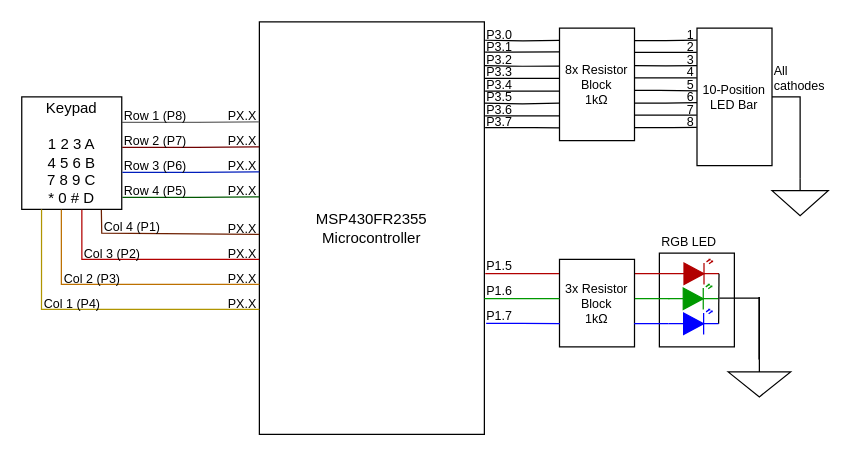
Above: CircuitDiagram03-gabby-iker.drawio in msu-eele-465/project3-gabby-iker (draw.io), before the change. Source tidied: cells renumbered, new cells numbered last; positions are measured from the earlier drawing's top-left corner, leaving out a move shared by most shapes. Both pictures are drawn from the tidied source at 125%, with x=0, y=0 at pixel (21, 21).
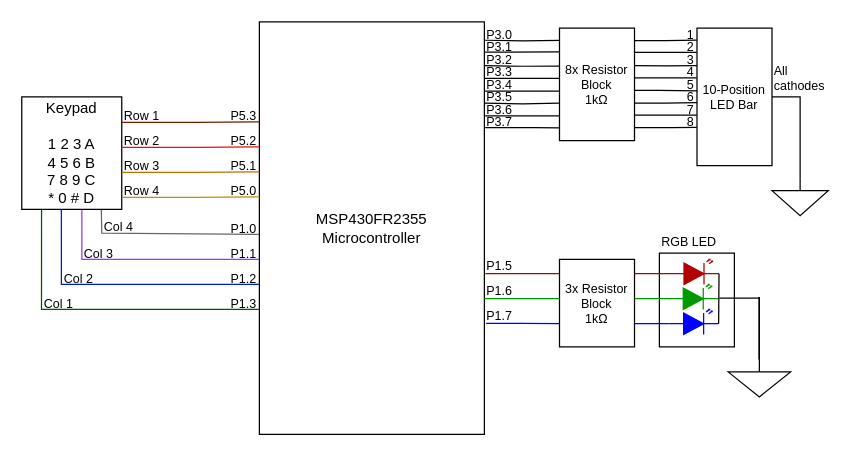
The same diagram, later.

Commit message:
Completed circuit diagram

The change refers to these unchanged cells:
```xml
<mxCell id="63" value="Keypad&lt;br&gt;&lt;br&gt;1 2 3 A&lt;br&gt;4 5 6 B&lt;br&gt;7 8 9 C&lt;br&gt;* 0 # D" style="rounded=0;whiteSpace=wrap;html=1;" parent="1" vertex="1">
  <mxGeometry x="-0.1" y="60" width="80" height="90" as="geometry" />
</mxCell>
```

Change to the diagram source:
```diff
@@
-    <mxCell id="62" style="edgeStyle=orthogonalEdgeStyle;rounded=0;jettySize=auto;html=1;exitX=1.005;exitY=0.403;exitDx=0;exitDy=0;entryX=1;entryY=1;entryDx=0;entryDy=0;endArrow=none;endFill=0;exitPerimeter=0;fillColor=#f5f5f5;strokeColor=#666666;" parent="1" edge="1" target="71">
+    <mxCell id="62" style="edgeStyle=orthogonalEdgeStyle;rounded=0;jettySize=auto;html=1;exitX=1.005;exitY=0.403;exitDx=0;exitDy=0;entryX=1;entryY=1;entryDx=0;entryDy=0;endArrow=none;endFill=0;exitPerimeter=0;fillColor=#f5f5f5;strokeColor=#6D1F00;" parent="1" edge="1" target="71">
       <mxGeometry relative="1" as="geometry">
         <mxPoint x="80.3" y="80.3" as="sourcePoint" />
         <Array as="points">
           <mxPoint x="139.9" y="80" />
           <mxPoint x="139.9" y="80" />
         </Array>
       </mxGeometry>
     </mxCell>
@@
-    <mxCell id="64" value="Row 1 (P8)" style="text;html=1;strokeColor=none;fillColor=none;align=left;verticalAlign=middle;whiteSpace=wrap;rounded=0;fontSize=10;" parent="1" vertex="1">
+    <mxCell id="64" value="Row 1" style="text;html=1;strokeColor=none;fillColor=none;align=left;verticalAlign=middle;whiteSpace=wrap;rounded=0;fontSize=10;" parent="1" vertex="1">
       <mxGeometry x="79.9" y="70" width="60" height="10" as="geometry" />
     </mxCell>
-    <mxCell id="65" style="edgeStyle=orthogonalEdgeStyle;rounded=0;jettySize=auto;html=1;exitX=1.005;exitY=0.403;exitDx=0;exitDy=0;entryX=1;entryY=1;entryDx=0;entryDy=0;endArrow=none;endFill=0;exitPerimeter=0;fillColor=#a20025;strokeColor=#6F0000;" parent="1" edge="1" target="72">
+    <mxCell id="65" style="edgeStyle=orthogonalEdgeStyle;rounded=0;jettySize=auto;html=1;exitX=1.005;exitY=0.403;exitDx=0;exitDy=0;entryX=1;entryY=1;entryDx=0;entryDy=0;endArrow=none;endFill=0;exitPerimeter=0;fillColor=#a20025;strokeColor=#E51400;" parent="1" edge="1" target="72">
       <mxGeometry relative="1" as="geometry">
         <mxPoint x="80.3" y="100.3" as="sourcePoint" />
         <Array as="points">
           <mxPoint x="139.9" y="100" />
           <mxPoint x="139.9" y="100" />
         </Array>
       </mxGeometry>
     </mxCell>
-    <mxCell id="66" value="Row 2 (P7)" style="text;html=1;strokeColor=none;fillColor=none;align=left;verticalAlign=middle;whiteSpace=wrap;rounded=0;fontSize=10;" parent="1" vertex="1">
+    <mxCell id="66" value="Row 2" style="text;html=1;strokeColor=none;fillColor=none;align=left;verticalAlign=middle;whiteSpace=wrap;rounded=0;fontSize=10;" parent="1" vertex="1">
       <mxGeometry x="79.9" y="90" width="60" height="10" as="geometry" />
     </mxCell>
-    <mxCell id="67" style="edgeStyle=orthogonalEdgeStyle;rounded=0;jettySize=auto;html=1;exitX=1.005;exitY=0.403;exitDx=0;exitDy=0;entryX=1;entryY=1;entryDx=0;entryDy=0;endArrow=none;endFill=0;exitPerimeter=0;fillColor=#0050ef;strokeColor=#001DBC;" parent="1" edge="1" target="73">
+    <mxCell id="67" style="edgeStyle=orthogonalEdgeStyle;rounded=0;jettySize=auto;html=1;exitX=1.005;exitY=0.403;exitDx=0;exitDy=0;entryX=1;entryY=1;entryDx=0;entryDy=0;endArrow=none;endFill=0;exitPerimeter=0;fillColor=#0050ef;strokeColor=#BD7000;" parent="1" edge="1" target="73">
       <mxGeometry relative="1" as="geometry">
         <mxPoint x="80.4" y="120.3" as="sourcePoint" />
         <Array as="points">
           <mxPoint x="139.9" y="120" />
           <mxPoint x="139.9" y="120" />
         </Array>
       </mxGeometry>
     </mxCell>
-    <mxCell id="68" value="Row 3 (P6)" style="text;html=1;strokeColor=none;fillColor=none;align=left;verticalAlign=middle;whiteSpace=wrap;rounded=0;fontSize=10;" parent="1" vertex="1">
+    <mxCell id="68" value="Row 3" style="text;html=1;strokeColor=none;fillColor=none;align=left;verticalAlign=middle;whiteSpace=wrap;rounded=0;fontSize=10;" parent="1" vertex="1">
       <mxGeometry x="80" y="110" width="59.9" height="10" as="geometry" />
     </mxCell>
-    <mxCell id="69" style="edgeStyle=orthogonalEdgeStyle;rounded=0;jettySize=auto;html=1;exitX=1.005;exitY=0.403;exitDx=0;exitDy=0;entryX=1;entryY=1;entryDx=0;entryDy=0;endArrow=none;endFill=0;exitPerimeter=0;fillColor=#008a00;strokeColor=#005700;" parent="1" edge="1" target="74">
+    <mxCell id="69" style="edgeStyle=orthogonalEdgeStyle;rounded=0;jettySize=auto;html=1;exitX=1.005;exitY=0.403;exitDx=0;exitDy=0;entryX=1;entryY=1;entryDx=0;entryDy=0;endArrow=none;endFill=0;exitPerimeter=0;fillColor=#008a00;strokeColor=#B09500;" parent="1" edge="1" target="74">
       <mxGeometry relative="1" as="geometry">
         <mxPoint x="80.4" y="140.3" as="sourcePoint" />
         <Array as="points">
           <mxPoint x="139.9" y="140" />
           <mxPoint x="139.9" y="140" />
         </Array>
       </mxGeometry>
     </mxCell>
-    <mxCell id="70" value="Row 4 (P5)" style="text;html=1;strokeColor=none;fillColor=none;align=left;verticalAlign=middle;whiteSpace=wrap;rounded=0;fontSize=10;" parent="1" vertex="1">
+    <mxCell id="70" value="Row 4" style="text;html=1;strokeColor=none;fillColor=none;align=left;verticalAlign=middle;whiteSpace=wrap;rounded=0;fontSize=10;" parent="1" vertex="1">
       <mxGeometry x="80" y="130" width="59.9" height="10" as="geometry" />
     </mxCell>
-    <mxCell id="71" value="PX.X" style="text;html=1;strokeColor=none;fillColor=none;align=right;verticalAlign=middle;whiteSpace=wrap;rounded=0;fontSize=10;" parent="1" vertex="1">
+    <mxCell id="71" value="P5.3" style="text;html=1;strokeColor=none;fillColor=none;align=right;verticalAlign=middle;whiteSpace=wrap;rounded=0;fontSize=10;" parent="1" vertex="1">
       <mxGeometry x="159.9" y="70" width="30" height="10" as="geometry" />
     </mxCell>
-    <mxCell id="72" value="PX.X" style="text;html=1;strokeColor=none;fillColor=none;align=right;verticalAlign=middle;whiteSpace=wrap;rounded=0;fontSize=10;" parent="1" vertex="1">
+    <mxCell id="72" value="P5.2" style="text;html=1;strokeColor=none;fillColor=none;align=right;verticalAlign=middle;whiteSpace=wrap;rounded=0;fontSize=10;" parent="1" vertex="1">
       <mxGeometry x="159.9" y="90" width="30" height="10" as="geometry" />
     </mxCell>
-    <mxCell id="73" value="PX.X" style="text;html=1;strokeColor=none;fillColor=none;align=right;verticalAlign=middle;whiteSpace=wrap;rounded=0;fontSize=10;" parent="1" vertex="1">
+    <mxCell id="73" value="P5.1" style="text;html=1;strokeColor=none;fillColor=none;align=right;verticalAlign=middle;whiteSpace=wrap;rounded=0;fontSize=10;" parent="1" vertex="1">
       <mxGeometry x="159.9" y="110" width="30.1" height="10" as="geometry" />
     </mxCell>
-    <mxCell id="74" value="PX.X" style="text;html=1;strokeColor=none;fillColor=none;align=right;verticalAlign=middle;whiteSpace=wrap;rounded=0;fontSize=10;" parent="1" vertex="1">
+    <mxCell id="74" value="P5.0" style="text;html=1;strokeColor=none;fillColor=none;align=right;verticalAlign=middle;whiteSpace=wrap;rounded=0;fontSize=10;" parent="1" vertex="1">
       <mxGeometry x="159.9" y="130" width="30.1" height="10" as="geometry" />
     </mxCell>
-    <mxCell id="75" style="edgeStyle=orthogonalEdgeStyle;rounded=0;jettySize=auto;html=1;exitX=0.198;exitY=1;exitDx=0;exitDy=0;endArrow=none;endFill=0;exitPerimeter=0;fillColor=#e3c800;strokeColor=#B09500;entryX=1;entryY=1;entryDx=0;entryDy=0;" parent="1" edge="1" source="63" target="82">
+    <mxCell id="75" style="edgeStyle=orthogonalEdgeStyle;rounded=0;jettySize=auto;html=1;exitX=0.198;exitY=1;exitDx=0;exitDy=0;endArrow=none;endFill=0;exitPerimeter=0;fillColor=#e3c800;strokeColor=#005700;entryX=1;entryY=1;entryDx=0;entryDy=0;" parent="1" edge="1" source="63" target="82">
       <mxGeometry relative="1" as="geometry">
         <Array as="points">
           <mxPoint x="15.9" y="230" />
         </Array>
       </mxGeometry>
     </mxCell>
-    <mxCell id="76" style="edgeStyle=orthogonalEdgeStyle;rounded=0;jettySize=auto;html=1;endArrow=none;endFill=0;exitX=0.796;exitY=1.006;exitDx=0;exitDy=0;exitPerimeter=0;fillColor=#a0522d;strokeColor=#6D1F00;entryX=1;entryY=1;entryDx=0;entryDy=0;" parent="1" edge="1" source="63" target="79">
+    <mxCell id="76" style="edgeStyle=orthogonalEdgeStyle;rounded=0;jettySize=auto;html=1;endArrow=none;endFill=0;exitX=0.796;exitY=1.006;exitDx=0;exitDy=0;exitPerimeter=0;fillColor=#a0522d;strokeColor=#666666;entryX=1;entryY=1;entryDx=0;entryDy=0;" parent="1" edge="1" source="63" target="79">
       <mxGeometry relative="1" as="geometry">
         <Array as="points">
           <mxPoint x="63.9" y="151" />
           <mxPoint x="63.9" y="169" />
           <mxPoint x="169.9" y="169" />
         </Array>
       </mxGeometry>
     </mxCell>
-    <mxCell id="77" style="edgeStyle=orthogonalEdgeStyle;rounded=0;jettySize=auto;html=1;endArrow=none;endFill=0;exitX=0.396;exitY=1.003;exitDx=0;exitDy=0;exitPerimeter=0;entryX=1;entryY=1;entryDx=0;entryDy=0;fillColor=#f0a30a;strokeColor=#BD7000;" parent="1" edge="1" source="63" target="81">
+    <mxCell id="77" style="edgeStyle=orthogonalEdgeStyle;rounded=0;jettySize=auto;html=1;endArrow=none;endFill=0;exitX=0.396;exitY=1.003;exitDx=0;exitDy=0;exitPerimeter=0;entryX=1;entryY=1;entryDx=0;entryDy=0;fillColor=#f0a30a;strokeColor=#001DBC;" parent="1" edge="1" source="63" target="81">
       <mxGeometry relative="1" as="geometry">
         <Array as="points">
           <mxPoint x="31.9" y="210" />
         </Array>
       </mxGeometry>
     </mxCell>
-    <mxCell id="78" style="edgeStyle=orthogonalEdgeStyle;rounded=0;jettySize=auto;html=1;endArrow=none;endFill=0;exitX=0.601;exitY=1.003;exitDx=0;exitDy=0;exitPerimeter=0;entryX=1;entryY=1;entryDx=0;entryDy=0;fillColor=#e51400;strokeColor=#B20000;" parent="1" edge="1" source="63" target="80">
+    <mxCell id="78" style="edgeStyle=orthogonalEdgeStyle;rounded=0;jettySize=auto;html=1;endArrow=none;endFill=0;exitX=0.601;exitY=1.003;exitDx=0;exitDy=0;exitPerimeter=0;entryX=1;entryY=1;entryDx=0;entryDy=0;fillColor=#e51400;strokeColor=#9933FF;" parent="1" edge="1" source="63" target="80">
       <mxGeometry relative="1" as="geometry">
         <Array as="points">
           <mxPoint x="47.9" y="190" />
         </Array>
       </mxGeometry>
     </mxCell>
-    <mxCell id="79" value="PX.X" style="text;html=1;strokeColor=none;fillColor=none;align=right;verticalAlign=middle;whiteSpace=wrap;rounded=0;fontSize=10;" parent="1" vertex="1">
+    <mxCell id="79" value="P1.0" style="text;html=1;strokeColor=none;fillColor=none;align=right;verticalAlign=middle;whiteSpace=wrap;rounded=0;fontSize=10;" parent="1" vertex="1">
       <mxGeometry x="159.9" y="160" width="30" height="10" as="geometry" />
     </mxCell>
-    <mxCell id="80" value="PX.X" style="text;html=1;strokeColor=none;fillColor=none;align=right;verticalAlign=middle;whiteSpace=wrap;rounded=0;fontSize=10;" parent="1" vertex="1">
+    <mxCell id="80" value="P1.1" style="text;html=1;strokeColor=none;fillColor=none;align=right;verticalAlign=middle;whiteSpace=wrap;rounded=0;fontSize=10;" parent="1" vertex="1">
       <mxGeometry x="159.9" y="180" width="30" height="10" as="geometry" />
     </mxCell>
-    <mxCell id="81" value="PX.X" style="text;html=1;strokeColor=none;fillColor=none;align=right;verticalAlign=middle;whiteSpace=wrap;rounded=0;fontSize=10;" parent="1" vertex="1">
+    <mxCell id="81" value="P1.2" style="text;html=1;strokeColor=none;fillColor=none;align=right;verticalAlign=middle;whiteSpace=wrap;rounded=0;fontSize=10;" parent="1" vertex="1">
       <mxGeometry x="159.9" y="200" width="30.1" height="10" as="geometry" />
     </mxCell>
-    <mxCell id="82" value="PX.X" style="text;html=1;strokeColor=none;fillColor=none;align=right;verticalAlign=middle;whiteSpace=wrap;rounded=0;fontSize=10;" parent="1" vertex="1">
+    <mxCell id="82" value="P1.3" style="text;html=1;strokeColor=none;fillColor=none;align=right;verticalAlign=middle;whiteSpace=wrap;rounded=0;fontSize=10;" parent="1" vertex="1">
       <mxGeometry x="159.9" y="220" width="30.1" height="10" as="geometry" />
     </mxCell>
-    <mxCell id="83" value="Col 4 (P1)" style="text;html=1;strokeColor=none;fillColor=none;align=left;verticalAlign=middle;whiteSpace=wrap;rounded=0;fontSize=10;" parent="1" vertex="1">
+    <mxCell id="83" value="Col 4" style="text;html=1;strokeColor=none;fillColor=none;align=left;verticalAlign=middle;whiteSpace=wrap;rounded=0;fontSize=10;" parent="1" vertex="1">
       <mxGeometry x="63.9" y="159" width="59.9" height="10" as="geometry" />
     </mxCell>
-    <mxCell id="84" value="Col 3 (P2)" style="text;html=1;strokeColor=none;fillColor=none;align=left;verticalAlign=middle;whiteSpace=wrap;rounded=0;fontSize=10;" parent="1" vertex="1">
+    <mxCell id="84" value="Col 3" style="text;html=1;strokeColor=none;fillColor=none;align=left;verticalAlign=middle;whiteSpace=wrap;rounded=0;fontSize=10;" parent="1" vertex="1">
       <mxGeometry x="47.9" y="180" width="59.9" height="10" as="geometry" />
     </mxCell>
-    <mxCell id="85" value="Col 2 (P3)" style="text;html=1;strokeColor=none;fillColor=none;align=left;verticalAlign=middle;whiteSpace=wrap;rounded=0;fontSize=10;" parent="1" vertex="1">
+    <mxCell id="85" value="Col 2" style="text;html=1;strokeColor=none;fillColor=none;align=left;verticalAlign=middle;whiteSpace=wrap;rounded=0;fontSize=10;" parent="1" vertex="1">
       <mxGeometry x="31.9" y="200" width="59.9" height="10" as="geometry" />
     </mxCell>
-    <mxCell id="86" value="Col 1 (P4)" style="text;html=1;strokeColor=none;fillColor=none;align=left;verticalAlign=middle;whiteSpace=wrap;rounded=0;fontSize=10;" parent="1" vertex="1">
+    <mxCell id="86" value="Col 1" style="text;html=1;strokeColor=none;fillColor=none;align=left;verticalAlign=middle;whiteSpace=wrap;rounded=0;fontSize=10;" parent="1" vertex="1">
       <mxGeometry x="15.9" y="220" width="59.9" height="10" as="geometry" />
     </mxCell>
```
